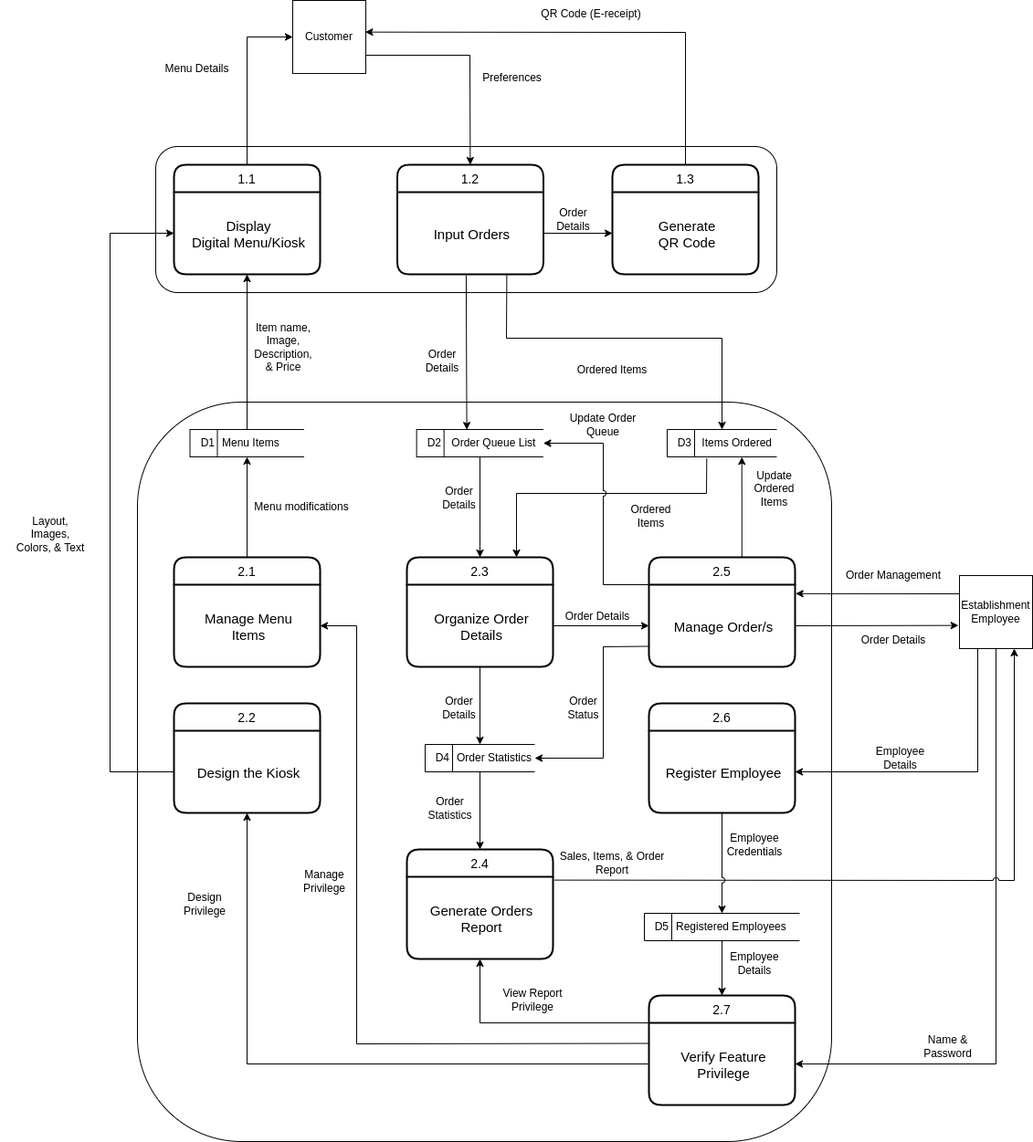
The draw.io diagram DOCS/Diagrams/Data Flow Diagram 2.png in alexxGmZ/MenuMaApp, before a commit. Source tidied: cells renumbered, new cells last; positions are measured from the earlier drawing's top-left corner, leaving out a move shared by most shapes.
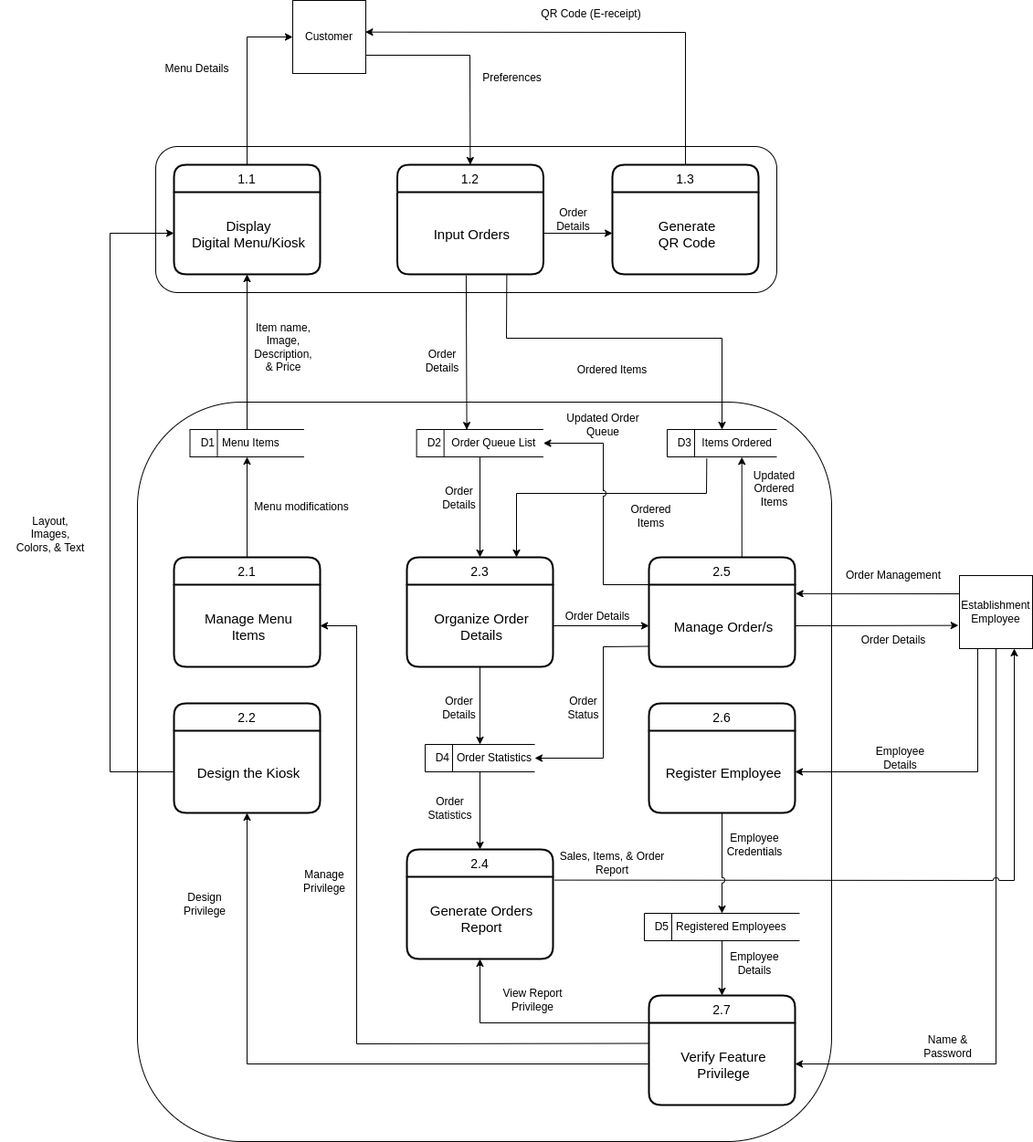
Above is the later version.

Commit message:
diagram(dfd): small data flow change

What changed in the source:
```diff
@@ -272,7 +272,7 @@
     <mxCell id="70" value="Ordered Items" style="text;html=1;strokeColor=none;fillColor=none;align=center;verticalAlign=middle;whiteSpace=wrap;rounded=0;" parent="1" vertex="1">
       <mxGeometry x="630" y="390" width="80" height="30" as="geometry" />
     </mxCell>
-    <mxCell id="71" value="Update Ordered Items" style="text;html=1;strokeColor=none;fillColor=none;align=center;verticalAlign=middle;whiteSpace=wrap;rounded=0;" parent="1" vertex="1">
+    <mxCell id="71" value="Updated Ordered Items" style="text;html=1;strokeColor=none;fillColor=none;align=center;verticalAlign=middle;whiteSpace=wrap;rounded=0;" parent="1" vertex="1">
       <mxGeometry x="820" y="520" width="55" height="30" as="geometry" />
     </mxCell>
     <mxCell id="72" value="Order Details" style="text;html=1;strokeColor=none;fillColor=none;align=center;verticalAlign=middle;whiteSpace=wrap;rounded=0;" parent="1" vertex="1">
@@ -305,7 +305,7 @@
     <mxCell id="81" value="Ordered Items" style="text;html=1;strokeColor=none;fillColor=none;align=center;verticalAlign=middle;whiteSpace=wrap;rounded=0;" parent="1" vertex="1">
       <mxGeometry x="675" y="550" width="75" height="30" as="geometry" />
     </mxCell>
-    <mxCell id="82" value="Update Order Queue" style="text;html=1;strokeColor=none;fillColor=none;align=center;verticalAlign=middle;whiteSpace=wrap;rounded=0;" parent="1" vertex="1">
+    <mxCell id="82" value="Updated&amp;nbsp;Order Queue" style="text;html=1;strokeColor=none;fillColor=none;align=center;verticalAlign=middle;whiteSpace=wrap;rounded=0;" parent="1" vertex="1">
       <mxGeometry x="605" y="450" width="110" height="30" as="geometry" />
     </mxCell>
     <mxCell id="83" value="Design Privilege" style="text;html=1;strokeColor=none;fillColor=none;align=center;verticalAlign=middle;whiteSpace=wrap;rounded=0;" parent="1" vertex="1">
```
